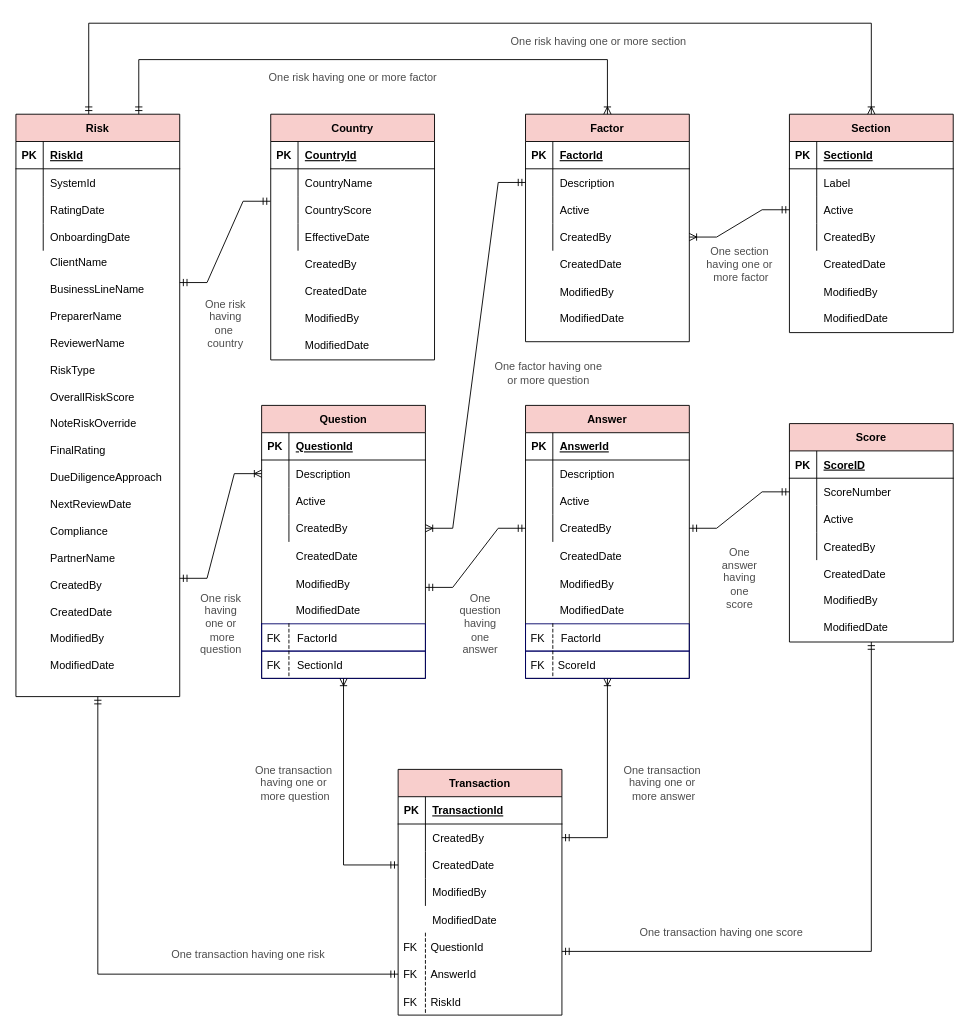
Above: Untitled Diagra.drawio in Deeshti/cs (draw.io), before the change. Source tidied: cells renumbered, new cells numbered last; positions are measured from the earlier drawing's top-left corner, leaving out a move shared by most shapes. Both pictures are drawn from the tidied source at 91%, with x=0, y=0 at pixel (15, 23).
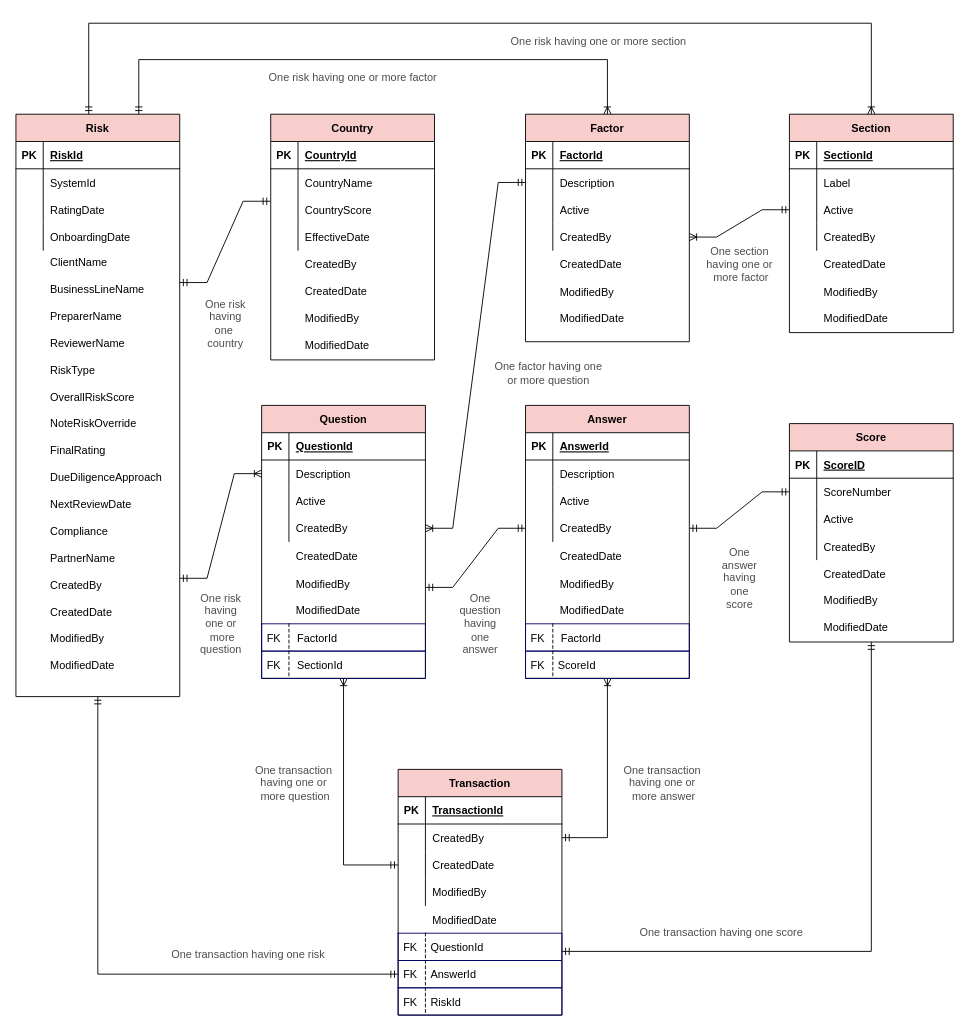
Above is the later version.

Unchanged cells that the change refers to:
```xml
<mxCell id="122" style="group;" parent="1" vertex="1">
  <mxGeometry x="420" y="820" width="180" height="270" as="geometry" />
</mxCell>
```

Change to the diagram source:
```diff
@@
-    <mxCell id="137" value="QuestionId" style="shape=partialRectangle;fillColor=none;align=left;verticalAlign=middle;strokeColor=none;spacingLeft=34;" parent="122" vertex="1">
-      <mxGeometry y="180" width="90" height="30" as="geometry" />
+    <mxCell id="137" value="QuestionId" style="shape=partialRectangle;fillColor=none;align=left;verticalAlign=middle;strokeColor=#000066;spacingLeft=34;" parent="122" vertex="1">
+      <mxGeometry y="180" width="180" height="30" as="geometry" />
     </mxCell>
@@
-    <mxCell id="139" value="AnswerId" style="shape=partialRectangle;fillColor=none;align=left;verticalAlign=middle;strokeColor=none;spacingLeft=34;points=[[0,0.5],[1,0.5]];portConstraint=eastwest;" parent="122" vertex="1">
-      <mxGeometry y="210" width="90" height="30" as="geometry" />
+    <mxCell id="139" value="AnswerId" style="shape=partialRectangle;fillColor=none;align=left;verticalAlign=middle;strokeColor=#000066;spacingLeft=34;points=[[0,0.5],[1,0.5]];portConstraint=eastwest;" parent="122" vertex="1">
+      <mxGeometry y="210" width="180" height="30" as="geometry" />
     </mxCell>
@@
-    <mxCell id="141" value="RiskId" style="shape=partialRectangle;fillColor=none;align=left;verticalAlign=middle;strokeColor=none;spacingLeft=34;" parent="122" vertex="1">
-      <mxGeometry y="240" width="90" height="30" as="geometry" />
+    <mxCell id="141" value="RiskId" style="shape=partialRectangle;fillColor=none;align=left;verticalAlign=middle;strokeColor=#000066;spacingLeft=34;" parent="122" vertex="1">
+      <mxGeometry y="240" width="180" height="30" as="geometry" />
     </mxCell>
```
